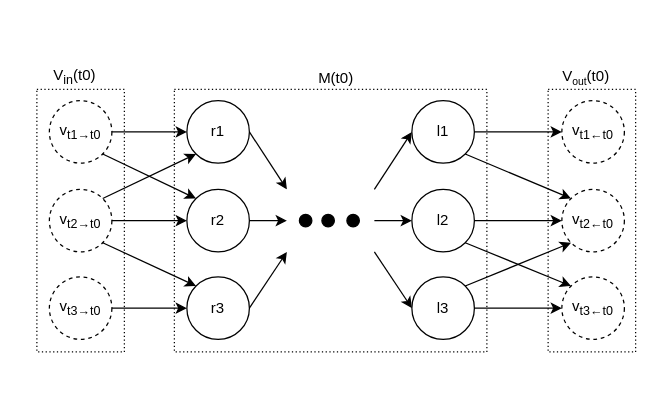
Earlier version of the draw.io diagram docs/sepia-visualTheory.drawio (josura/c2c-sepia). Source tidied: cells renumbered, new cells numbered last; positions are measured from the earlier drawing's top-left corner, leaving out a move shared by most shapes. Both pictures are drawn from the tidied source at 125%, with x=0, y=0 at pixel (36, 58).
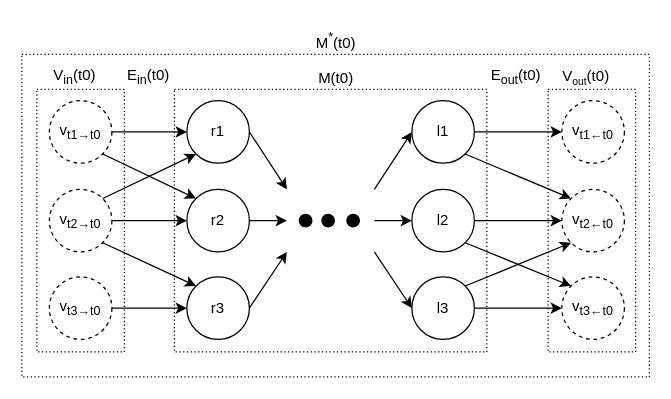
The same page after the edit.

Diff of the diagram source:
```diff
@@
+    <mxCell id="41" style="rounded=0;whiteSpace=wrap;html=1;fillColor=none;dashed=1;dashPattern=1 2;" parent="1" vertex="1">
+      <mxGeometry x="-12" y="-3" width="502" height="258" as="geometry" />
+    </mxCell>
@@
+    <mxCell id="42" value="E&lt;sub&gt;in&lt;/sub&gt;(t0)" style="text;html=1;align=center;verticalAlign=middle;strokeColor=none;fillColor=none;" parent="1" vertex="1">
+      <mxGeometry x="59" width="60" height="30" as="geometry" />
+    </mxCell>
+    <mxCell id="43" value="E&lt;sub&gt;out&lt;/sub&gt;(t0)" style="text;html=1;align=center;verticalAlign=middle;strokeColor=none;fillColor=none;" parent="1" vertex="1">
+      <mxGeometry x="353" width="60" height="30" as="geometry" />
+    </mxCell>
+    <mxCell id="44" value="M&lt;sup&gt;*&lt;/sup&gt;(t0)" style="text;html=1;align=center;verticalAlign=middle;strokeColor=none;fillColor=none;" parent="1" vertex="1">
+      <mxGeometry x="209" y="-29" width="60" height="30" as="geometry" />
+    </mxCell>
```
